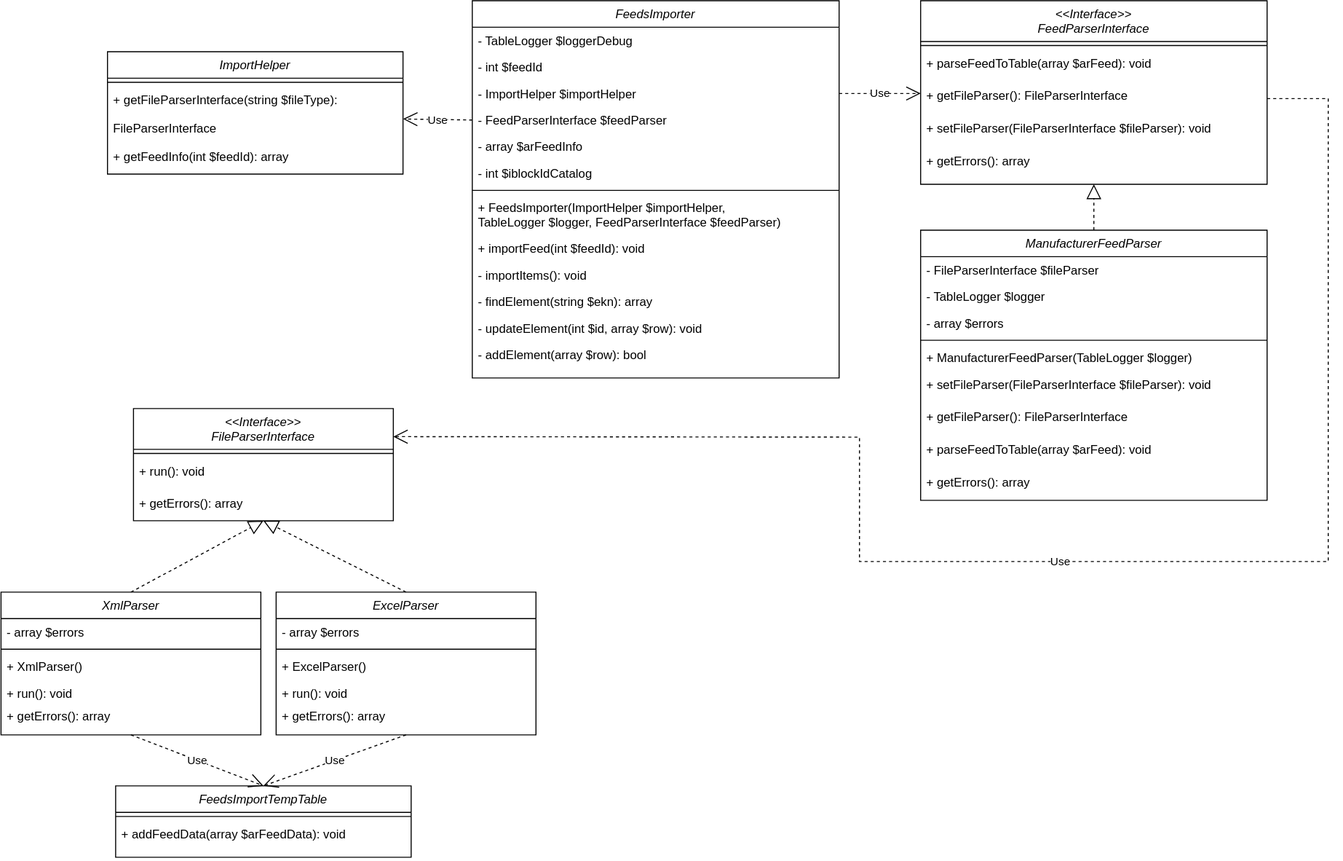
Before: after/after.svg, a diagram exported from draw.io (otusteamedu/PHP2021). Source tidied: cells renumbered, new cells last; positions are measured from the earlier drawing's top-left corner, leaving out a move shared by most shapes.
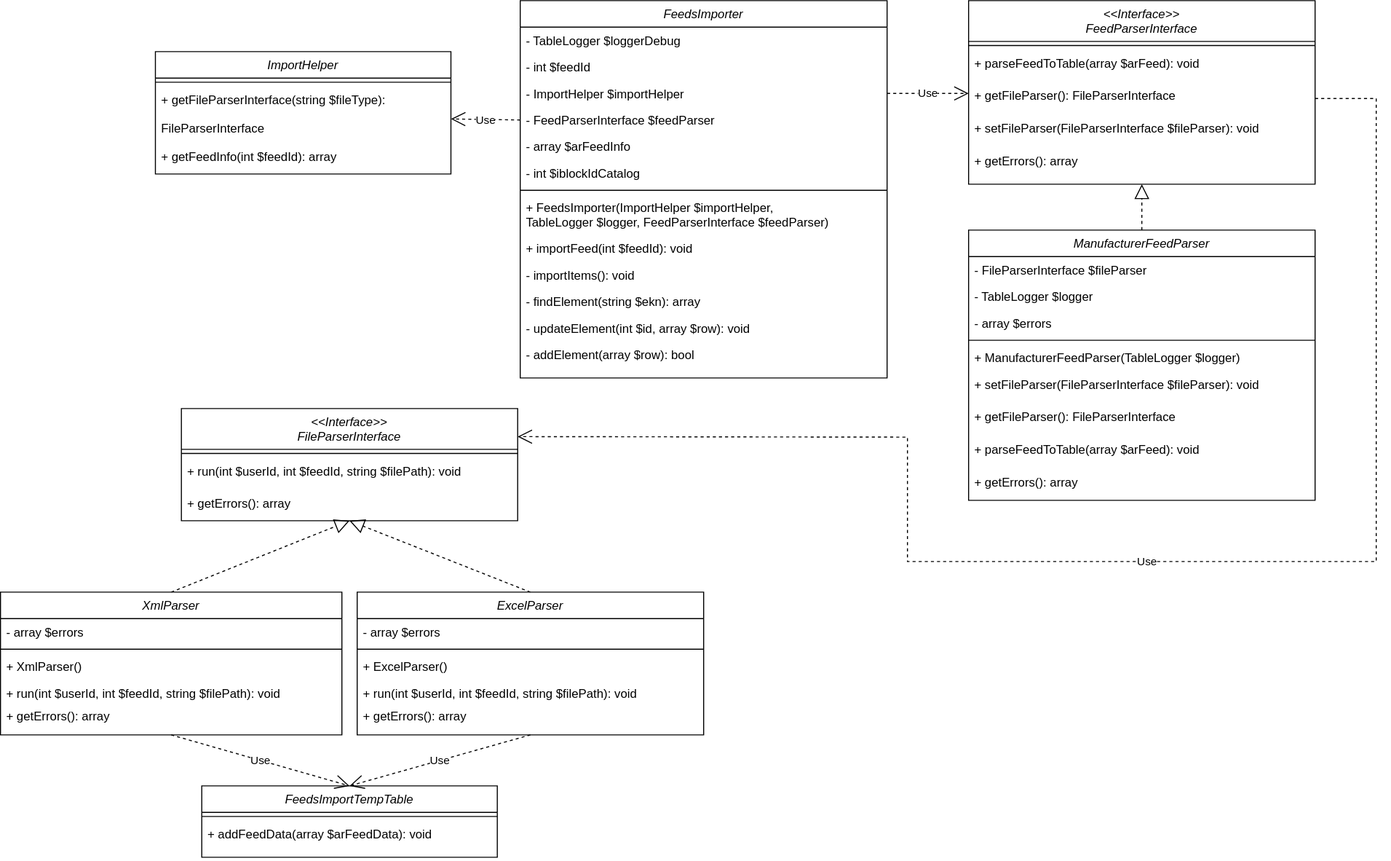
After the change.

Diff of the diagram source:
```diff
@@ -57,16 +57,16 @@
       <mxGeometry y="90" width="290" height="30" as="geometry" />
     </mxCell>
     <mxCell id="20" value="&lt;&lt;Interface&gt;&gt;&#10;FileParserInterface" style="swimlane;fontStyle=2;align=center;verticalAlign=top;horizontal=1;startSize=40;rounded=0;shadow=0;strokeWidth=1;" parent="1" vertex="1">
-      <mxGeometry x="129.5" y="400" width="255" height="110" as="geometry" />
+      <mxGeometry x="129.5" y="400" width="330" height="110" as="geometry" />
     </mxCell>
     <mxCell id="21" style="line;html=1;strokeWidth=1;align=left;verticalAlign=middle;spacingTop=-1;spacingLeft=3;spacingRight=3;labelPosition=right;" parent="20" vertex="1">
-      <mxGeometry y="40" width="255" height="8" as="geometry" />
+      <mxGeometry y="40" width="330" height="8" as="geometry" />
     </mxCell>
-    <mxCell id="22" value="+ run(): void" style="text;align=left;verticalAlign=top;spacingLeft=4;spacingRight=4;overflow=hidden;" parent="20" vertex="1">
-      <mxGeometry y="48" width="255" height="32" as="geometry" />
+    <mxCell id="22" value="+ run(int $userId, int $feedId, string $filePath): void" style="text;align=left;verticalAlign=top;spacingLeft=4;spacingRight=4;overflow=hidden;" parent="20" vertex="1">
+      <mxGeometry y="48" width="330" height="32" as="geometry" />
     </mxCell>
     <mxCell id="23" value="+ getErrors(): array" style="text;align=left;verticalAlign=top;spacingLeft=4;spacingRight=4;overflow=hidden;" parent="20" vertex="1">
-      <mxGeometry y="80" width="255" height="30" as="geometry" />
+      <mxGeometry y="80" width="330" height="30" as="geometry" />
     </mxCell>
     <mxCell id="24" style="endArrow=block;dashed=1;endFill=0;endSize=12;html=1;rounded=0;entryX=0.5;entryY=1;entryDx=0;entryDy=0;exitX=0.5;exitY=0;exitDx=0;exitDy=0;" parent="1" edge="1" source="26" target="20">
       <mxGeometry relative="1" as="geometry" />
@@ -75,40 +75,40 @@
       <mxGeometry relative="1" as="geometry" />
     </mxCell>
     <mxCell id="26" value="XmlParser" style="swimlane;fontStyle=2;align=center;verticalAlign=top;horizontal=1;startSize=26;rounded=0;shadow=0;strokeWidth=1;" parent="1" vertex="1">
-      <mxGeometry x="-0.5" y="580" width="255" height="140" as="geometry" />
+      <mxGeometry x="-48" y="580" width="335" height="140" as="geometry" />
     </mxCell>
     <mxCell id="27" value="- array $errors" style="text;align=left;verticalAlign=top;spacingLeft=4;spacingRight=4;overflow=hidden;rounded=0;shadow=0;html=0;" parent="26" vertex="1">
-      <mxGeometry y="26" width="255" height="26" as="geometry" />
+      <mxGeometry y="26" width="335" height="26" as="geometry" />
     </mxCell>
     <mxCell id="28" style="line;html=1;strokeWidth=1;align=left;verticalAlign=middle;spacingTop=-1;spacingLeft=3;spacingRight=3;labelPosition=right;" parent="26" vertex="1">
-      <mxGeometry y="52" width="255" height="8" as="geometry" />
+      <mxGeometry y="52" width="335" height="8" as="geometry" />
     </mxCell>
     <mxCell id="29" value="+ XmlParser()" style="text;align=left;verticalAlign=top;spacingLeft=4;spacingRight=4;overflow=hidden;rounded=0;shadow=0;html=0;" parent="26" vertex="1">
-      <mxGeometry y="60" width="255" height="26" as="geometry" />
+      <mxGeometry y="60" width="335" height="26" as="geometry" />
     </mxCell>
-    <mxCell id="30" value="+ run(): void" style="text;align=left;verticalAlign=top;spacingLeft=4;spacingRight=4;overflow=hidden;" parent="26" vertex="1">
-      <mxGeometry y="86" width="255" height="22" as="geometry" />
+    <mxCell id="30" value="+ run(int $userId, int $feedId, string $filePath): void" style="text;align=left;verticalAlign=top;spacingLeft=4;spacingRight=4;overflow=hidden;" parent="26" vertex="1">
+      <mxGeometry y="86" width="335" height="22" as="geometry" />
     </mxCell>
     <mxCell id="31" value="+ getErrors(): array" style="text;align=left;verticalAlign=top;spacingLeft=4;spacingRight=4;overflow=hidden;" parent="26" vertex="1">
-      <mxGeometry y="108" width="255" height="30" as="geometry" />
+      <mxGeometry y="108" width="335" height="30" as="geometry" />
     </mxCell>
     <mxCell id="32" value="ExcelParser" style="swimlane;fontStyle=2;align=center;verticalAlign=top;horizontal=1;startSize=26;rounded=0;shadow=0;strokeWidth=1;" parent="1" vertex="1">
-      <mxGeometry x="269.5" y="580" width="255" height="140" as="geometry" />
+      <mxGeometry x="302" y="580" width="340" height="140" as="geometry" />
     </mxCell>
     <mxCell id="33" value="- array $errors" style="text;align=left;verticalAlign=top;spacingLeft=4;spacingRight=4;overflow=hidden;rounded=0;shadow=0;html=0;" parent="32" vertex="1">
-      <mxGeometry y="26" width="255" height="26" as="geometry" />
+      <mxGeometry y="26" width="340" height="26" as="geometry" />
     </mxCell>
     <mxCell id="34" style="line;html=1;strokeWidth=1;align=left;verticalAlign=middle;spacingTop=-1;spacingLeft=3;spacingRight=3;labelPosition=right;" parent="32" vertex="1">
-      <mxGeometry y="52" width="255" height="8" as="geometry" />
+      <mxGeometry y="52" width="340" height="8" as="geometry" />
     </mxCell>
     <mxCell id="35" value="+ ExcelParser()" style="text;align=left;verticalAlign=top;spacingLeft=4;spacingRight=4;overflow=hidden;rounded=0;shadow=0;html=0;" parent="32" vertex="1">
-      <mxGeometry y="60" width="255" height="26" as="geometry" />
+      <mxGeometry y="60" width="340" height="26" as="geometry" />
     </mxCell>
-    <mxCell id="36" value="+ run(): void" style="text;align=left;verticalAlign=top;spacingLeft=4;spacingRight=4;overflow=hidden;" parent="32" vertex="1">
-      <mxGeometry y="86" width="255" height="22" as="geometry" />
+    <mxCell id="36" value="+ run(int $userId, int $feedId, string $filePath): void" style="text;align=left;verticalAlign=top;spacingLeft=4;spacingRight=4;overflow=hidden;" parent="32" vertex="1">
+      <mxGeometry y="86" width="340" height="22" as="geometry" />
     </mxCell>
     <mxCell id="37" value="+ getErrors(): array" style="text;align=left;verticalAlign=top;spacingLeft=4;spacingRight=4;overflow=hidden;" parent="32" vertex="1">
-      <mxGeometry y="108" width="255" height="30" as="geometry" />
+      <mxGeometry y="108" width="340" height="30" as="geometry" />
     </mxCell>
     <mxCell id="38" value="&lt;&lt;Interface&gt;&gt;&#10;FeedParserInterface" style="swimlane;fontStyle=2;align=center;verticalAlign=top;horizontal=1;startSize=40;rounded=0;shadow=0;strokeWidth=1;" parent="1" vertex="1">
       <mxGeometry x="902" width="340" height="180" as="geometry" />
@@ -182,7 +182,7 @@
       </mxGeometry>
     </mxCell>
     <mxCell id="58" value="FeedsImportTempTable" style="swimlane;fontStyle=2;align=center;verticalAlign=top;horizontal=1;startSize=26;rounded=0;shadow=0;strokeWidth=1;" parent="1" vertex="1">
-      <mxGeometry x="112" y="770" width="290" height="70" as="geometry" />
+      <mxGeometry x="149.5" y="770" width="290" height="70" as="geometry" />
     </mxCell>
     <mxCell id="59" style="line;html=1;strokeWidth=1;align=left;verticalAlign=middle;spacingTop=-1;spacingLeft=3;spacingRight=3;labelPosition=right;" parent="58" vertex="1">
       <mxGeometry y="26" width="290" height="8" as="geometry" />
```
